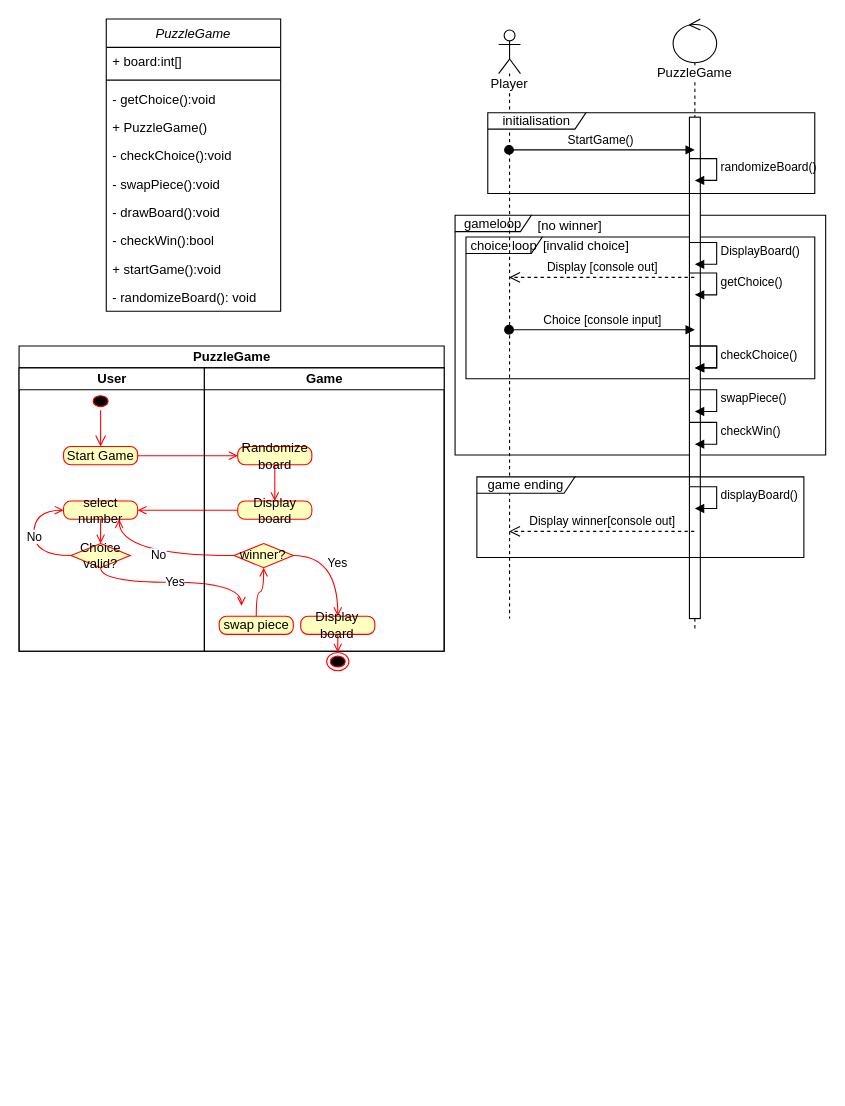
This is schema/puzzle sequence.drawio from deeperj/rust, a draw.io file, before an edit. Source tidied: cells renumbered, new cells numbered last; positions are measured from the earlier drawing's top-left corner, leaving out a move shared by most shapes. Both pictures are drawn from the tidied source at 109%, with x=0, y=0 at pixel (19, 19).
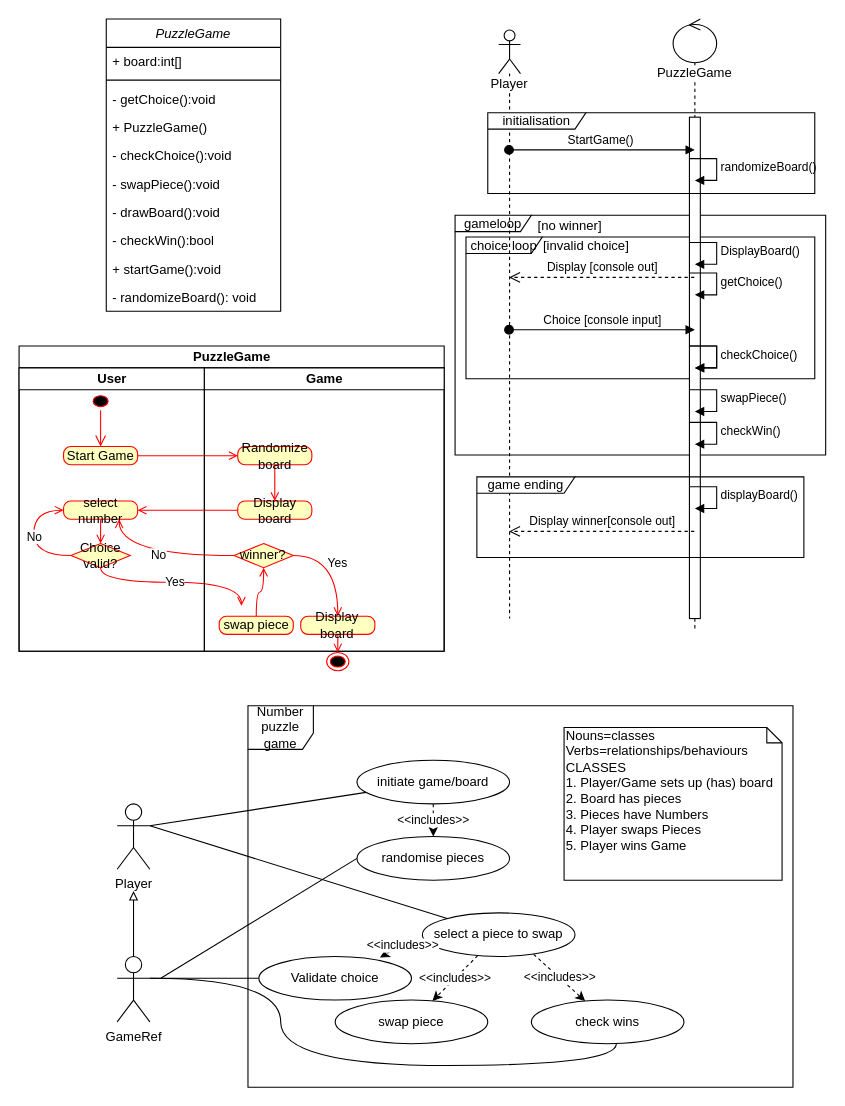
Above is the later version.

What changed in the source:
```diff
@@
+    <mxCell id="59" style="group;" parent="1" vertex="1">
+      <mxGeometry x="90" y="630" width="620" height="350" as="geometry" />
+    </mxCell>
+    <mxCell id="60" value="Number puzzle game" style="shape=umlFrame;whiteSpace=wrap;html=1;width=60;height=40;" parent="59" vertex="1">
+      <mxGeometry x="120" width="500" height="350" as="geometry" />
+    </mxCell>
+    <mxCell id="61" value="initiate game/board" style="ellipse;whiteSpace=wrap;html=1;" parent="59" vertex="1">
+      <mxGeometry x="220" y="50" width="140" height="40" as="geometry" />
+    </mxCell>
+    <mxCell id="62" style="rounded=0;jettySize=auto;html=1;exitX=1;exitY=0.3333333333333333;exitDx=0;exitDy=0;exitPerimeter=0;endArrow=none;endFill=0;" parent="59" edge="1" source="63" target="61">
+      <mxGeometry relative="1" as="geometry" />
+    </mxCell>
+    <mxCell id="63" value="Player" style="shape=umlActor;verticalLabelPosition=bottom;verticalAlign=top;html=1;" parent="59" vertex="1">
+      <mxGeometry y="90" width="30" height="60" as="geometry" />
+    </mxCell>
+    <mxCell id="64" value="&amp;lt;&amp;lt;includes&amp;gt;&amp;gt;" style="edgeStyle=none;rounded=0;jettySize=auto;html=1;endArrow=classic;endFill=1;dashed=1;entryX=0.5;entryY=0;entryDx=0;entryDy=0;" parent="59" edge="1" source="61" target="66">
+      <mxGeometry relative="1" as="geometry" />
+    </mxCell>
+    <mxCell id="65" style="edgeStyle=none;rounded=0;jettySize=auto;html=1;exitX=0;exitY=0.5;exitDx=0;exitDy=0;endArrow=none;endFill=0;" parent="59" edge="1" source="66">
+      <mxGeometry relative="1" as="geometry">
+        <mxPoint x="40" y="250" as="targetPoint" />
+      </mxGeometry>
+    </mxCell>
+    <mxCell id="66" value="randomise pieces" style="ellipse;whiteSpace=wrap;html=1;" parent="59" vertex="1">
+      <mxGeometry x="220" y="120" width="140" height="40" as="geometry" />
+    </mxCell>
+    <mxCell id="67" value="select a piece to swap" style="ellipse;whiteSpace=wrap;html=1;" parent="59" vertex="1">
+      <mxGeometry x="280" y="190" width="140" height="40" as="geometry" />
+    </mxCell>
+    <mxCell id="68" style="edgeStyle=none;rounded=0;jettySize=auto;html=1;exitX=1;exitY=0.3333333333333333;exitDx=0;exitDy=0;exitPerimeter=0;endArrow=none;endFill=0;" parent="59" edge="1" source="63" target="67">
+      <mxGeometry relative="1" as="geometry" />
+    </mxCell>
+    <mxCell id="69" value="swap piece" style="ellipse;whiteSpace=wrap;html=1;" parent="59" vertex="1">
+      <mxGeometry x="200" y="270" width="140" height="40" as="geometry" />
+    </mxCell>
+    <mxCell id="70" value="&amp;lt;&amp;lt;includes&amp;gt;&amp;gt;" style="edgeStyle=none;rounded=0;jettySize=auto;html=1;dashed=1;endArrow=classic;endFill=1;" parent="59" edge="1" source="67" target="69">
+      <mxGeometry relative="1" as="geometry" />
+    </mxCell>
+    <mxCell id="71" value="check wins" style="ellipse;whiteSpace=wrap;html=1;" parent="59" vertex="1">
+      <mxGeometry x="380" y="270" width="140" height="40" as="geometry" />
+    </mxCell>
+    <mxCell id="72" value="&amp;lt;&amp;lt;includes&amp;gt;&amp;gt;" style="edgeStyle=none;rounded=0;jettySize=auto;html=1;dashed=1;endArrow=classic;endFill=1;exitX=0.729;exitY=0.95;exitDx=0;exitDy=0;exitPerimeter=0;" parent="59" edge="1" source="67" target="71">
+      <mxGeometry relative="1" as="geometry" />
+    </mxCell>
+    <mxCell id="73" value="Nouns=classes&lt;br&gt;Verbs=relationships/behaviours&lt;br&gt;CLASSES&lt;br&gt;1. Player/Game sets up (has) board&lt;br&gt;2. Board has pieces&lt;br&gt;3. Pieces have Numbers&lt;br&gt;4. Player swaps Pieces&lt;br&gt;5. Player wins Game" style="shape=note;whiteSpace=wrap;html=1;size=14;verticalAlign=top;align=left;spacingTop=-6;" parent="59" vertex="1">
+      <mxGeometry x="410" y="20" width="200" height="140" as="geometry" />
+    </mxCell>
+    <mxCell id="74" style="edgeStyle=orthogonalEdgeStyle;rounded=0;jettySize=auto;html=1;exitX=0.5;exitY=0;exitDx=0;exitDy=0;exitPerimeter=0;endArrow=block;endFill=0;" parent="59" edge="1" source="76">
+      <mxGeometry relative="1" as="geometry">
+        <mxPoint x="15" y="170" as="targetPoint" />
+      </mxGeometry>
+    </mxCell>
+    <mxCell id="75" style="edgeStyle=orthogonalEdgeStyle;curved=1;rounded=0;jettySize=auto;html=1;exitX=1;exitY=0.3333333333333333;exitDx=0;exitDy=0;exitPerimeter=0;entryX=0.557;entryY=1;entryDx=0;entryDy=0;entryPerimeter=0;endArrow=none;endFill=0;" parent="59" edge="1" source="76" target="71">
+      <mxGeometry relative="1" as="geometry">
+        <Array as="points">
+          <mxPoint x="150" y="250" />
+          <mxPoint x="150" y="330" />
+          <mxPoint x="458" y="330" />
+        </Array>
+      </mxGeometry>
+    </mxCell>
+    <mxCell id="76" value="GameRef" style="shape=umlActor;verticalLabelPosition=bottom;verticalAlign=top;html=1;" parent="59" vertex="1">
+      <mxGeometry y="230" width="30" height="60" as="geometry" />
+    </mxCell>
+    <mxCell id="77" value="Validate choice" style="ellipse;whiteSpace=wrap;html=1;" parent="59" vertex="1">
+      <mxGeometry x="130" y="230" width="140" height="40" as="geometry" />
+    </mxCell>
+    <mxCell id="78" style="edgeStyle=none;rounded=0;jettySize=auto;html=1;exitX=1;exitY=0.3333333333333333;exitDx=0;exitDy=0;exitPerimeter=0;entryX=0;entryY=0.5;entryDx=0;entryDy=0;endArrow=none;endFill=0;" parent="59" edge="1" source="76" target="77">
+      <mxGeometry relative="1" as="geometry" />
+    </mxCell>
+    <mxCell id="79" value="&amp;lt;&amp;lt;includes&amp;gt;&amp;gt;" style="edgeStyle=none;rounded=0;jettySize=auto;html=1;dashed=1;endArrow=classic;endFill=1;entryX=0.793;entryY=0.025;entryDx=0;entryDy=0;entryPerimeter=0;" parent="59" edge="1" source="67" target="77">
+      <mxGeometry relative="1" as="geometry">
+        <Array as="points">
+          <mxPoint x="260" y="220" />
+        </Array>
+      </mxGeometry>
+    </mxCell>
```
